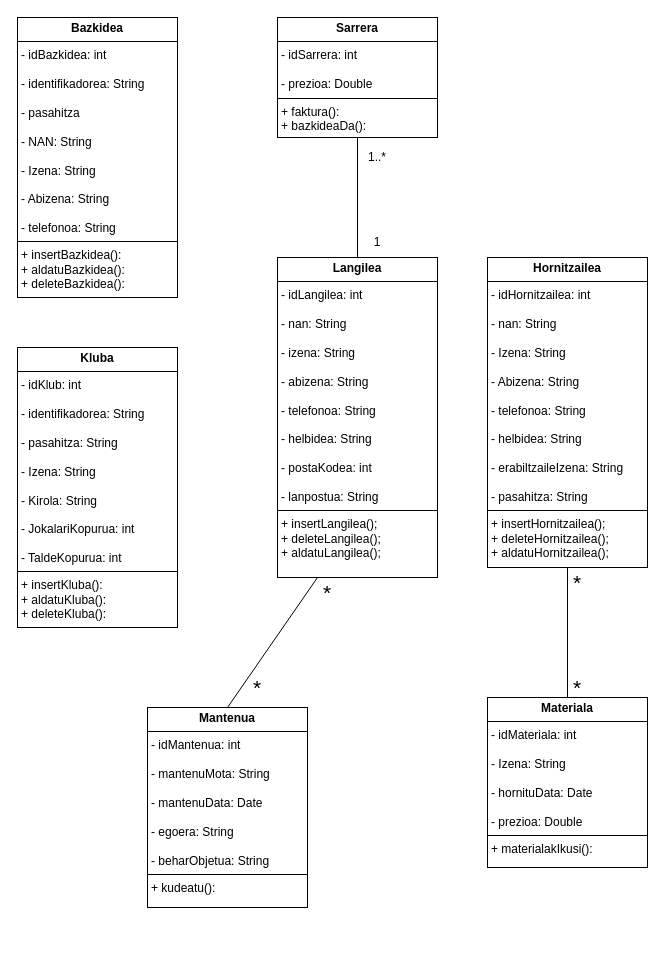
Before: JAVA/Diagramak/J_KlaseDiagrama.drawio in iguisado228/3Erronka, a draw.io diagram. Source tidied: cells renumbered, new cells numbered last; positions are measured from the earlier drawing's top-left corner, leaving out a move shared by most shapes. Both pictures are drawn from the tidied source at 100%, with x=0, y=0 at pixel (17, 17).
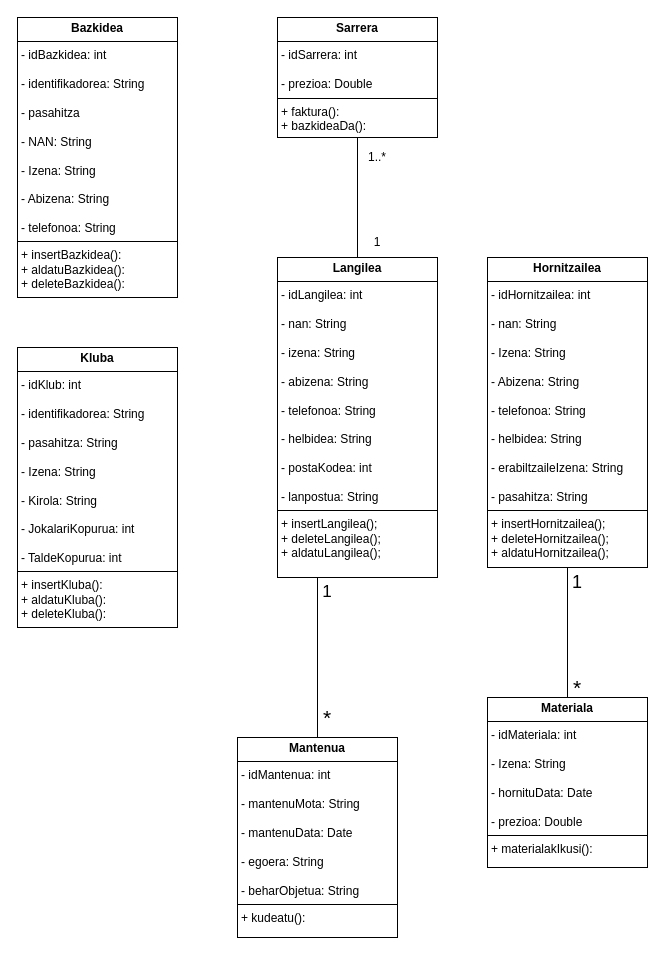
After the change.

Change to the diagram source:
```diff
@@
 <mxGraphModel>
   <root>
     <mxCell id="0" />
     <mxCell id="1" parent="0" />
     <mxCell id="2" value="&lt;p style=&quot;margin:0px;margin-top:4px;text-align:center;&quot;&gt;&lt;b&gt;Sarrera&lt;/b&gt;&lt;/p&gt;&lt;hr size=&quot;1&quot; style=&quot;border-style:solid;&quot;&gt;&lt;p style=&quot;margin:0px;margin-left:4px;&quot;&gt;- idSarrera: int&lt;/p&gt;&lt;p style=&quot;margin:0px;margin-left:4px;&quot;&gt;&lt;br&gt;&lt;/p&gt;&lt;p style=&quot;margin:0px;margin-left:4px;&quot;&gt;- prezioa: Double&lt;/p&gt;&lt;hr size=&quot;1&quot; style=&quot;border-style:solid;&quot;&gt;&lt;p style=&quot;margin:0px;margin-left:4px;&quot;&gt;+ faktura():&lt;/p&gt;&lt;p style=&quot;margin:0px;margin-left:4px;&quot;&gt;+ bazkideaDa():&lt;/p&gt;" style="verticalAlign=top;align=left;overflow=fill;html=1;whiteSpace=wrap;" parent="1" vertex="1">
       <mxGeometry x="260" width="160" height="120" as="geometry" />
     </mxCell>
     <mxCell id="3" value="&lt;p style=&quot;margin:0px;margin-top:4px;text-align:center;&quot;&gt;&lt;b&gt;Hornitzailea&lt;/b&gt;&lt;/p&gt;&lt;hr size=&quot;1&quot; style=&quot;border-style:solid;&quot;&gt;&lt;p style=&quot;margin:0px;margin-left:4px;&quot;&gt;- idHornitzailea: int&lt;/p&gt;&lt;p style=&quot;margin:0px;margin-left:4px;&quot;&gt;&lt;br&gt;&lt;/p&gt;&lt;p style=&quot;margin:0px;margin-left:4px;&quot;&gt;- nan:&amp;nbsp;&lt;span style=&quot;background-color: transparent; color: light-dark(rgb(0, 0, 0), rgb(255, 255, 255));&quot;&gt;String&lt;/span&gt;&lt;/p&gt;&lt;p style=&quot;margin:0px;margin-left:4px;&quot;&gt;&lt;br&gt;&lt;/p&gt;&lt;p style=&quot;margin:0px;margin-left:4px;&quot;&gt;- Izena:&amp;nbsp;&lt;span style=&quot;background-color: transparent; color: light-dark(rgb(0, 0, 0), rgb(255, 255, 255));&quot;&gt;String&lt;/span&gt;&lt;/p&gt;&lt;p style=&quot;margin:0px;margin-left:4px;&quot;&gt;&lt;br&gt;&lt;/p&gt;&lt;p style=&quot;margin:0px;margin-left:4px;&quot;&gt;- Abizena: String&lt;/p&gt;&lt;p style=&quot;margin:0px;margin-left:4px;&quot;&gt;&lt;br&gt;&lt;/p&gt;&lt;p style=&quot;margin:0px;margin-left:4px;&quot;&gt;- telefonoa: String&lt;/p&gt;&lt;p style=&quot;margin:0px;margin-left:4px;&quot;&gt;&lt;br&gt;&lt;/p&gt;&lt;p style=&quot;margin:0px;margin-left:4px;&quot;&gt;- helbidea: String&lt;/p&gt;&lt;p style=&quot;margin:0px;margin-left:4px;&quot;&gt;&lt;br&gt;&lt;/p&gt;&lt;p style=&quot;margin:0px;margin-left:4px;&quot;&gt;- erabiltzaileIzena: String&lt;/p&gt;&lt;p style=&quot;margin:0px;margin-left:4px;&quot;&gt;&lt;br&gt;&lt;/p&gt;&lt;p style=&quot;margin:0px;margin-left:4px;&quot;&gt;- pasahitza: String&lt;/p&gt;&lt;hr size=&quot;1&quot; style=&quot;border-style:solid;&quot;&gt;&lt;p style=&quot;margin: 0px 0px 0px 4px;&quot;&gt;+ insertHornitzailea();&lt;/p&gt;&lt;p style=&quot;margin: 0px 0px 0px 4px;&quot;&gt;+ deleteHornitzailea();&lt;/p&gt;&lt;p style=&quot;margin: 0px 0px 0px 4px;&quot;&gt;+ aldatuHornitzailea();&lt;/p&gt;" style="verticalAlign=top;align=left;overflow=fill;html=1;whiteSpace=wrap;" parent="1" vertex="1">
       <mxGeometry x="470" y="240" width="160" height="310" as="geometry" />
     </mxCell>
     <mxCell id="4" style="endArrow=none;html=1;rounded=0;entryX=0.5;entryY=1;entryDx=0;entryDy=0;exitX=0.5;exitY=0;exitDx=0;exitDy=0;" parent="1" edge="1" source="7" target="2">
       <mxGeometry relative="1" as="geometry" />
     </mxCell>
     <mxCell id="5" value="1" style="text;html=1;align=center;verticalAlign=middle;whiteSpace=wrap;rounded=0;" parent="1" vertex="1">
       <mxGeometry x="350" y="210" width="20" height="30" as="geometry" />
     </mxCell>
     <mxCell id="6" value="1..*" style="text;html=1;align=center;verticalAlign=middle;whiteSpace=wrap;rounded=0;" parent="1" vertex="1">
       <mxGeometry x="350" y="125" width="20" height="30" as="geometry" />
     </mxCell>
     <mxCell id="7" value="&lt;p style=&quot;margin:0px;margin-top:4px;text-align:center;&quot;&gt;&lt;b&gt;Langilea&lt;/b&gt;&lt;/p&gt;&lt;hr size=&quot;1&quot; style=&quot;border-style:solid;&quot;&gt;&lt;p style=&quot;margin:0px;margin-left:4px;&quot;&gt;&lt;span style=&quot;background-color: transparent; color: light-dark(rgb(0, 0, 0), rgb(255, 255, 255));&quot;&gt;- idLangilea: int&lt;/span&gt;&lt;/p&gt;&lt;p style=&quot;margin:0px;margin-left:4px;&quot;&gt;&lt;br&gt;&lt;/p&gt;&lt;p style=&quot;margin:0px;margin-left:4px;&quot;&gt;- nan: String&lt;/p&gt;&lt;p style=&quot;margin:0px;margin-left:4px;&quot;&gt;&lt;br&gt;&lt;/p&gt;&lt;p style=&quot;margin:0px;margin-left:4px;&quot;&gt;- izena: String&lt;/p&gt;&lt;p style=&quot;margin:0px;margin-left:4px;&quot;&gt;&lt;br&gt;&lt;/p&gt;&lt;p style=&quot;margin:0px;margin-left:4px;&quot;&gt;- abizena:&amp;nbsp;&lt;span style=&quot;background-color: transparent; color: light-dark(rgb(0, 0, 0), rgb(255, 255, 255));&quot;&gt;String&lt;/span&gt;&lt;/p&gt;&lt;p style=&quot;margin:0px;margin-left:4px;&quot;&gt;&lt;br&gt;&lt;/p&gt;&lt;p style=&quot;margin:0px;margin-left:4px;&quot;&gt;- telefonoa: String&lt;/p&gt;&lt;p style=&quot;margin:0px;margin-left:4px;&quot;&gt;&lt;br&gt;&lt;/p&gt;&lt;p style=&quot;margin:0px;margin-left:4px;&quot;&gt;- helbidea: String&lt;/p&gt;&lt;p style=&quot;margin:0px;margin-left:4px;&quot;&gt;&lt;br&gt;&lt;/p&gt;&lt;p style=&quot;margin:0px;margin-left:4px;&quot;&gt;- postaKodea: int&lt;/p&gt;&lt;p style=&quot;margin:0px;margin-left:4px;&quot;&gt;&lt;br&gt;&lt;/p&gt;&lt;p style=&quot;margin:0px;margin-left:4px;&quot;&gt;- lanpostua: String&lt;/p&gt;&lt;hr size=&quot;1&quot; style=&quot;border-style:solid;&quot;&gt;&lt;p style=&quot;margin:0px;margin-left:4px;&quot;&gt;+ insertLangilea();&lt;/p&gt;&lt;p style=&quot;margin:0px;margin-left:4px;&quot;&gt;+ deleteLangilea();&lt;/p&gt;&lt;p style=&quot;margin:0px;margin-left:4px;&quot;&gt;+ aldatuLangilea();&lt;/p&gt;" style="verticalAlign=top;align=left;overflow=fill;html=1;whiteSpace=wrap;" parent="1" vertex="1">
       <mxGeometry x="260" y="240" width="160" height="320" as="geometry" />
     </mxCell>
     <mxCell id="8" value="&lt;p style=&quot;margin:0px;margin-top:4px;text-align:center;&quot;&gt;&lt;b&gt;Mantenua&lt;/b&gt;&lt;/p&gt;&lt;hr size=&quot;1&quot; style=&quot;border-style:solid;&quot;&gt;&lt;p style=&quot;margin:0px;margin-left:4px;&quot;&gt;- idMantenua: int&lt;/p&gt;&lt;p style=&quot;margin:0px;margin-left:4px;&quot;&gt;&lt;br&gt;&lt;/p&gt;&lt;p style=&quot;margin:0px;margin-left:4px;&quot;&gt;- mantenuMota: String&lt;/p&gt;&lt;p style=&quot;margin:0px;margin-left:4px;&quot;&gt;&lt;br&gt;&lt;/p&gt;&lt;p style=&quot;margin:0px;margin-left:4px;&quot;&gt;- mantenuData: Date&lt;/p&gt;&lt;p style=&quot;margin:0px;margin-left:4px;&quot;&gt;&lt;br&gt;&lt;/p&gt;&lt;p style=&quot;margin:0px;margin-left:4px;&quot;&gt;- egoera: String&lt;/p&gt;&lt;p style=&quot;margin:0px;margin-left:4px;&quot;&gt;&lt;br&gt;&lt;/p&gt;&lt;p style=&quot;margin:0px;margin-left:4px;&quot;&gt;- beharObjetua: String&lt;/p&gt;&lt;hr size=&quot;1&quot; style=&quot;border-style:solid;&quot;&gt;&lt;p style=&quot;margin:0px;margin-left:4px;&quot;&gt;+ kudeatu():&lt;/p&gt;" style="verticalAlign=top;align=left;overflow=fill;html=1;whiteSpace=wrap;" parent="1" vertex="1">
-      <mxGeometry x="130" y="690" width="160" height="200" as="geometry" />
+      <mxGeometry x="220" y="720" width="160" height="200" as="geometry" />
     </mxCell>
     <mxCell id="9" style="endArrow=none;html=1;rounded=0;entryX=0.25;entryY=1;entryDx=0;entryDy=0;exitX=0.5;exitY=0;exitDx=0;exitDy=0;" parent="1" edge="1" source="8" target="7">
       <mxGeometry relative="1" as="geometry" />
     </mxCell>
     <mxCell id="10" value="&lt;font style=&quot;font-size: 21px;&quot;&gt;*&lt;/font&gt;" style="text;html=1;align=center;verticalAlign=middle;whiteSpace=wrap;rounded=0;" parent="1" vertex="1">
-      <mxGeometry x="230" y="660" width="20" height="20" as="geometry" />
+      <mxGeometry x="300" y="690" width="20" height="20" as="geometry" />
     </mxCell>
-    <mxCell id="11" value="&lt;font style=&quot;font-size: 21px;&quot;&gt;*&lt;/font&gt;" style="text;html=1;align=center;verticalAlign=middle;whiteSpace=wrap;rounded=0;" parent="1" vertex="1">
+    <mxCell id="11" value="&lt;font style=&quot;font-size: 17px;&quot;&gt;1&lt;/font&gt;" style="text;html=1;align=center;verticalAlign=middle;whiteSpace=wrap;rounded=0;" parent="1" vertex="1">
       <mxGeometry x="300" y="560" width="20" height="30" as="geometry" />
     </mxCell>
     <mxCell id="12" value="&lt;p style=&quot;margin:0px;margin-top:4px;text-align:center;&quot;&gt;&lt;b&gt;Materiala&lt;/b&gt;&lt;/p&gt;&lt;hr size=&quot;1&quot; style=&quot;border-style:solid;&quot;&gt;&lt;p style=&quot;margin:0px;margin-left:4px;&quot;&gt;- idMateriala: int&lt;/p&gt;&lt;p style=&quot;margin:0px;margin-left:4px;&quot;&gt;&lt;br&gt;&lt;/p&gt;&lt;p style=&quot;margin:0px;margin-left:4px;&quot;&gt;- Izena: String&lt;/p&gt;&lt;p style=&quot;margin:0px;margin-left:4px;&quot;&gt;&lt;br&gt;&lt;/p&gt;&lt;p style=&quot;margin:0px;margin-left:4px;&quot;&gt;- hornituData: Date&lt;/p&gt;&lt;p style=&quot;margin:0px;margin-left:4px;&quot;&gt;&lt;br&gt;&lt;/p&gt;&lt;p style=&quot;margin:0px;margin-left:4px;&quot;&gt;- prezioa: Double&lt;/p&gt;&lt;hr size=&quot;1&quot; style=&quot;border-style:solid;&quot;&gt;&lt;p style=&quot;margin:0px;margin-left:4px;&quot;&gt;+ materialakIkusi():&amp;nbsp;&lt;/p&gt;" style="verticalAlign=top;align=left;overflow=fill;html=1;whiteSpace=wrap;" parent="1" vertex="1">
       <mxGeometry x="470" y="680" width="160" height="170" as="geometry" />
     </mxCell>
     <mxCell id="13" style="endArrow=none;html=1;rounded=0;entryX=0.5;entryY=1;entryDx=0;entryDy=0;exitX=0.5;exitY=0;exitDx=0;exitDy=0;" parent="1" edge="1" source="12" target="3">
       <mxGeometry relative="1" as="geometry" />
     </mxCell>
     <mxCell id="14" value="&lt;font style=&quot;font-size: 21px;&quot;&gt;*&lt;/font&gt;" style="text;html=1;align=center;verticalAlign=middle;whiteSpace=wrap;rounded=0;" parent="1" vertex="1">
       <mxGeometry x="550" y="660" width="20" height="20" as="geometry" />
     </mxCell>
-    <mxCell id="15" value="&lt;font style=&quot;font-size: 21px;&quot;&gt;*&lt;/font&gt;" style="text;html=1;align=center;verticalAlign=middle;whiteSpace=wrap;rounded=0;" parent="1" vertex="1">
+    <mxCell id="15" value="&lt;font style=&quot;font-size: 18px;&quot;&gt;1&lt;/font&gt;" style="text;html=1;align=center;verticalAlign=middle;whiteSpace=wrap;rounded=0;" parent="1" vertex="1">
       <mxGeometry x="550" y="560" width="20" height="10" as="geometry" />
     </mxCell>
     <mxCell id="16" value="&lt;p style=&quot;margin:0px;margin-top:4px;text-align:center;&quot;&gt;&lt;b&gt;Bazkidea&lt;/b&gt;&lt;/p&gt;&lt;hr size=&quot;1&quot; style=&quot;border-style:solid;&quot;&gt;&lt;p style=&quot;margin:0px;margin-left:4px;&quot;&gt;- idBazkidea: int&lt;/p&gt;&lt;p style=&quot;margin:0px;margin-left:4px;&quot;&gt;&lt;br&gt;&lt;/p&gt;&lt;p style=&quot;margin:0px;margin-left:4px;&quot;&gt;- identifikadorea: String&lt;/p&gt;&lt;p style=&quot;margin:0px;margin-left:4px;&quot;&gt;&lt;br&gt;&lt;/p&gt;&lt;p style=&quot;margin:0px;margin-left:4px;&quot;&gt;- pasahitza&lt;/p&gt;&lt;p style=&quot;margin:0px;margin-left:4px;&quot;&gt;&lt;br&gt;&lt;/p&gt;&lt;p style=&quot;margin:0px;margin-left:4px;&quot;&gt;- NAN: String&lt;/p&gt;&lt;p style=&quot;margin:0px;margin-left:4px;&quot;&gt;&lt;br&gt;&lt;/p&gt;&lt;p style=&quot;margin:0px;margin-left:4px;&quot;&gt;- Izena: String&lt;/p&gt;&lt;p style=&quot;margin:0px;margin-left:4px;&quot;&gt;&lt;br&gt;&lt;/p&gt;&lt;p style=&quot;margin:0px;margin-left:4px;&quot;&gt;- Abizena: String&lt;/p&gt;&lt;p style=&quot;margin:0px;margin-left:4px;&quot;&gt;&lt;br&gt;&lt;/p&gt;&lt;p style=&quot;margin:0px;margin-left:4px;&quot;&gt;- telefonoa: String&lt;/p&gt;&lt;hr size=&quot;1&quot; style=&quot;border-style:solid;&quot;&gt;&lt;p style=&quot;margin:0px;margin-left:4px;&quot;&gt;&lt;span style=&quot;background-color: transparent; color: light-dark(rgb(0, 0, 0), rgb(255, 255, 255));&quot;&gt;+ insertBazkidea():&lt;/span&gt;&lt;/p&gt;&lt;p style=&quot;margin:0px;margin-left:4px;&quot;&gt;+ aldatuBazkidea():&lt;/p&gt;&lt;p style=&quot;margin:0px;margin-left:4px;&quot;&gt;+ deleteBazkidea():&lt;/p&gt;" style="verticalAlign=top;align=left;overflow=fill;html=1;whiteSpace=wrap;" parent="1" vertex="1">
       <mxGeometry width="160" height="280" as="geometry" />
     </mxCell>
     <mxCell id="17" value="&lt;p style=&quot;margin:0px;margin-top:4px;text-align:center;&quot;&gt;&lt;b&gt;Kluba&lt;/b&gt;&lt;/p&gt;&lt;hr size=&quot;1&quot; style=&quot;border-style:solid;&quot;&gt;&lt;p style=&quot;margin:0px;margin-left:4px;&quot;&gt;- idKlub: int&lt;/p&gt;&lt;p style=&quot;margin:0px;margin-left:4px;&quot;&gt;&lt;br&gt;&lt;/p&gt;&lt;p style=&quot;margin:0px;margin-left:4px;&quot;&gt;- identifikadorea: String&lt;/p&gt;&lt;p style=&quot;margin:0px;margin-left:4px;&quot;&gt;&lt;br&gt;&lt;/p&gt;&lt;p style=&quot;margin:0px;margin-left:4px;&quot;&gt;- pasahitza: String&lt;/p&gt;&lt;p style=&quot;margin:0px;margin-left:4px;&quot;&gt;&lt;br&gt;&lt;/p&gt;&lt;p style=&quot;margin:0px;margin-left:4px;&quot;&gt;- Izena: String&lt;/p&gt;&lt;p style=&quot;margin:0px;margin-left:4px;&quot;&gt;&lt;br&gt;&lt;/p&gt;&lt;p style=&quot;margin:0px;margin-left:4px;&quot;&gt;- Kirola: String&lt;/p&gt;&lt;p style=&quot;margin:0px;margin-left:4px;&quot;&gt;&lt;br&gt;&lt;/p&gt;&lt;p style=&quot;margin:0px;margin-left:4px;&quot;&gt;- JokalariKopurua: int&lt;/p&gt;&lt;p style=&quot;margin:0px;margin-left:4px;&quot;&gt;&lt;br&gt;&lt;/p&gt;&lt;p style=&quot;margin:0px;margin-left:4px;&quot;&gt;- TaldeKopurua: int&lt;/p&gt;&lt;hr size=&quot;1&quot; style=&quot;border-style:solid;&quot;&gt;&lt;p style=&quot;margin:0px;margin-left:4px;&quot;&gt;&lt;span style=&quot;background-color: transparent; color: light-dark(rgb(0, 0, 0), rgb(255, 255, 255));&quot;&gt;+ insertKluba():&lt;/span&gt;&lt;/p&gt;&lt;p style=&quot;margin:0px;margin-left:4px;&quot;&gt;+ aldatuKluba():&lt;/p&gt;&lt;p style=&quot;margin:0px;margin-left:4px;&quot;&gt;+ deleteKluba():&lt;/p&gt;" style="verticalAlign=top;align=left;overflow=fill;html=1;whiteSpace=wrap;" parent="1" vertex="1">
       <mxGeometry y="330" width="160" height="280" as="geometry" />
     </mxCell>
   </root>
 </mxGraphModel>
```
